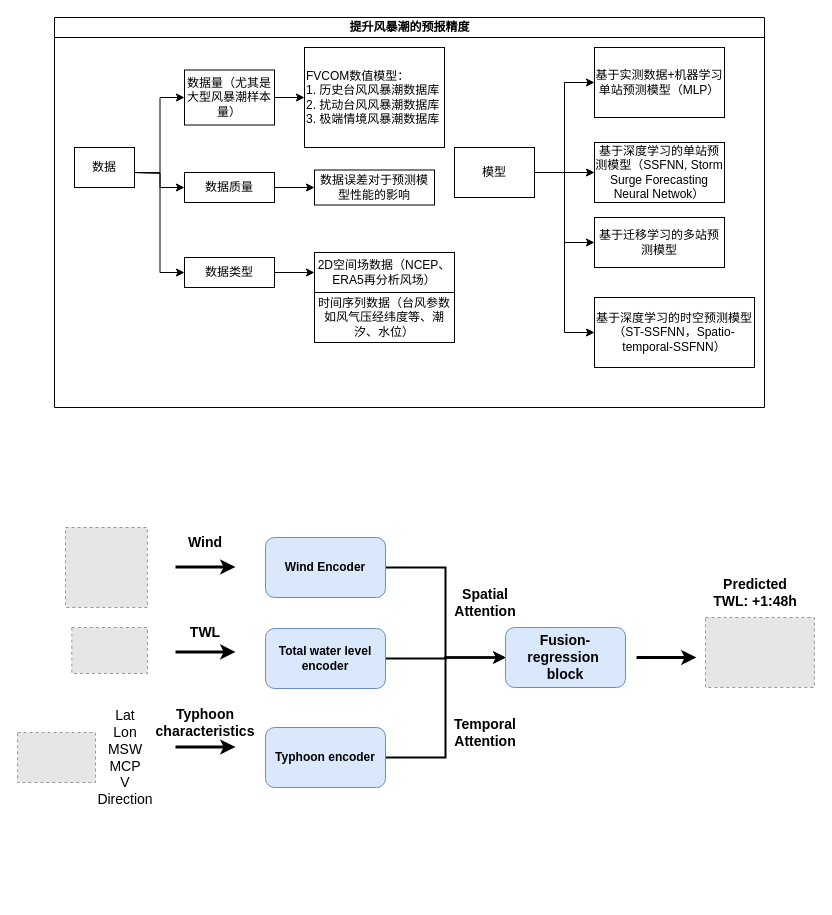
The draw.io diagram 硕士论文.drawio in Xylitolor/Xylitolee, before the edit. Source tidied: cells renumbered, new cells numbered last; positions are measured from the earlier drawing's top-left corner, leaving out a move shared by most shapes. Both pictures are drawn from the tidied source at 100%, with x=0, y=0 at pixel (17, 17). Pictures stored in the file or linked from it are replaced by grey dashed boxes.
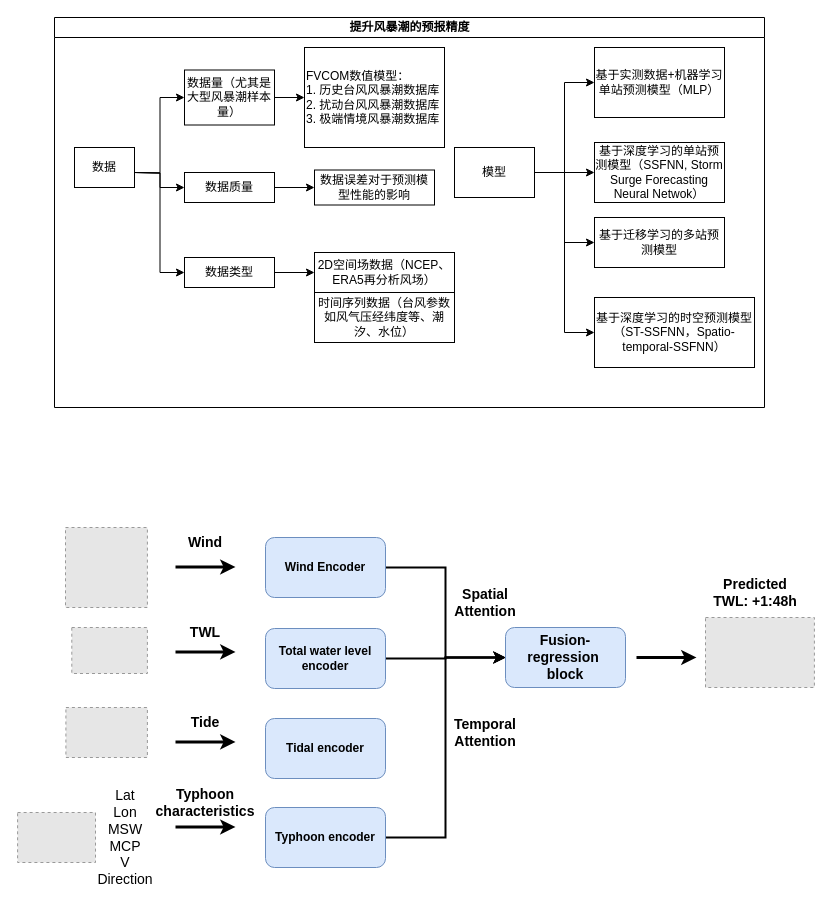
The same page after the edit.

Commit message:
更新硕士论文.drawio

Change to the diagram source:
```diff
@@
     <mxCell id="2" style="fillColor=#E6E6E6;strokeColor=#999999;dashed=1;verticalLabelPosition=bottom;labelBackgroundColor=default;verticalAlign=top;" parent="1" vertex="1">
-      <mxGeometry x="0.1" y="715" width="77.9" height="50" as="geometry" />
+      <mxGeometry x="0.1" y="795" width="77.9" height="50" as="geometry" />
     </mxCell>
@@
     <mxCell id="32" value="Typhoon encoder" style="rounded=1;whiteSpace=wrap;html=1;fillColor=#dae8fc;strokeColor=#6c8ebf;fontStyle=1;" parent="1" vertex="1">
-      <mxGeometry x="248" y="710" width="120" height="60" as="geometry" />
+      <mxGeometry x="248" y="790" width="120" height="60" as="geometry" />
     </mxCell>
@@
     <mxCell id="35" style="endArrow=classic;html=1;rounded=0;strokeWidth=3;" parent="1" edge="1">
       <mxGeometry relative="1" as="geometry">
-        <mxPoint x="158" y="729.5" as="sourcePoint" />
-        <mxPoint x="218" y="729.5" as="targetPoint" />
+        <mxPoint x="158" y="809.5" as="sourcePoint" />
+        <mxPoint x="218" y="809.5" as="targetPoint" />
       </mxGeometry>
     </mxCell>
@@
     <mxCell id="41" value="Lat&lt;br&gt;Lon&lt;br&gt;MSW&lt;br&gt;MCP&lt;br&gt;V&lt;br&gt;Direction" style="text;html=1;strokeColor=none;fillColor=none;align=center;verticalAlign=middle;whiteSpace=wrap;rounded=0;fontSize=14;" parent="1" vertex="1">
-      <mxGeometry x="78" y="680" width="60" height="120" as="geometry" />
+      <mxGeometry x="78" y="760" width="60" height="120" as="geometry" />
     </mxCell>
     <mxCell id="42" value="Typhoon&lt;br&gt;characteristics" style="text;html=1;strokeColor=none;fillColor=none;align=center;verticalAlign=middle;whiteSpace=wrap;rounded=0;fontStyle=1;fontSize=14;" parent="1" vertex="1">
-      <mxGeometry x="158" y="690" width="60" height="30" as="geometry" />
+      <mxGeometry x="158" y="770" width="60" height="30" as="geometry" />
     </mxCell>
@@
+    <mxCell id="48" style="fillColor=#E6E6E6;strokeColor=#999999;dashed=1;verticalLabelPosition=bottom;labelBackgroundColor=default;verticalAlign=top;" parent="1" vertex="1">
+      <mxGeometry x="48.4" y="690" width="81.5" height="50" as="geometry" />
+    </mxCell>
+    <mxCell id="49" value="Tidal encoder" style="rounded=1;whiteSpace=wrap;html=1;fillColor=#dae8fc;strokeColor=#6c8ebf;fontStyle=1;" parent="1" vertex="1">
+      <mxGeometry x="248" y="701" width="120" height="60" as="geometry" />
+    </mxCell>
+    <mxCell id="50" style="endArrow=classic;html=1;rounded=0;strokeWidth=3;" parent="1" edge="1">
+      <mxGeometry relative="1" as="geometry">
+        <mxPoint x="158" y="724.4" as="sourcePoint" />
+        <mxPoint x="218" y="724.4" as="targetPoint" />
+      </mxGeometry>
+    </mxCell>
+    <mxCell id="51" value="Tide" style="text;html=1;strokeColor=none;fillColor=none;align=center;verticalAlign=middle;whiteSpace=wrap;rounded=0;fontStyle=1;fontSize=14;" parent="1" vertex="1">
+      <mxGeometry x="158" y="690" width="60" height="30" as="geometry" />
+    </mxCell>
```
